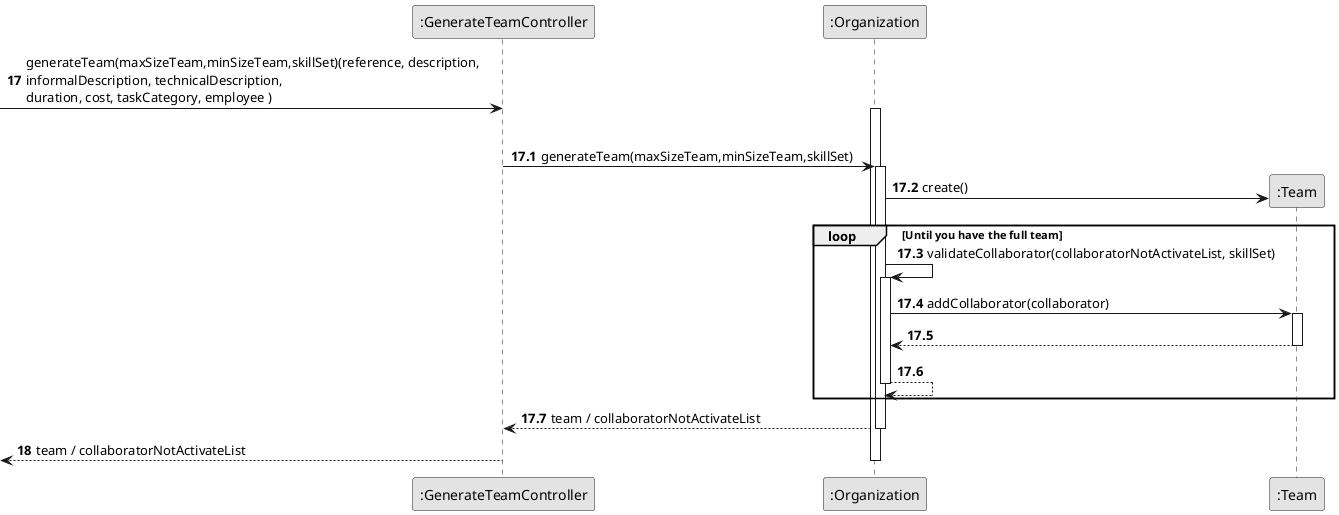
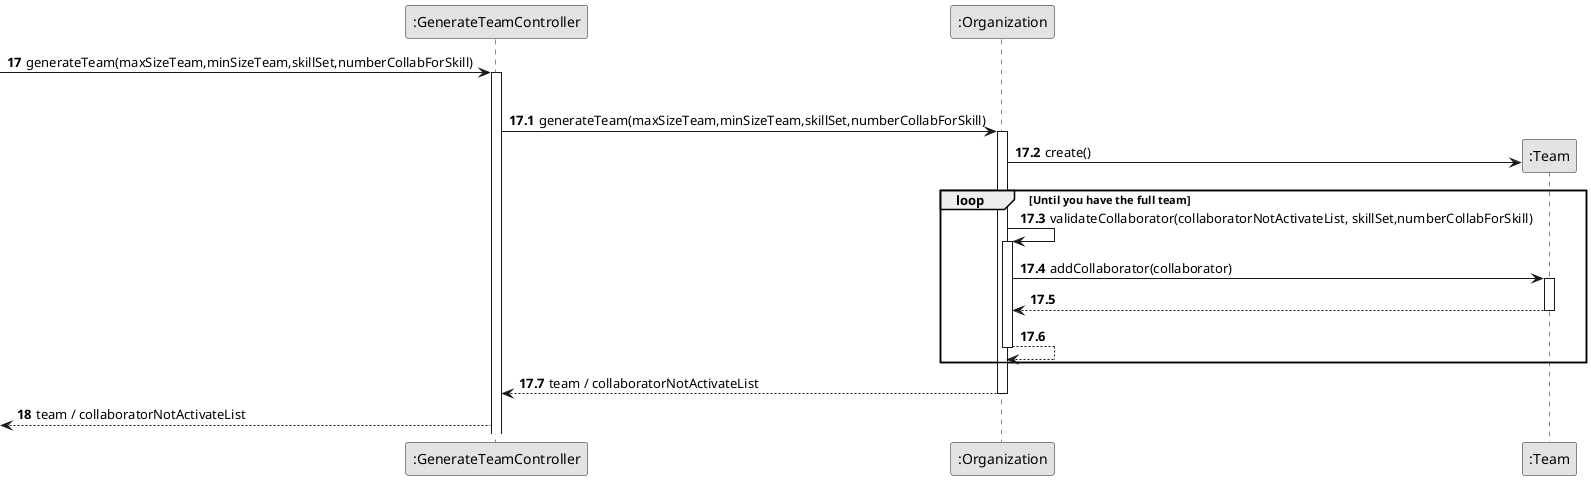
@startuml
skinparam monochrome true
skinparam packageStyle rectangle
skinparam shadowing false

participant ":GenerateTeamController" as CTRL
participant ":Organization" as ORG
participant ":Team" as Team
autonumber 17

- -> CTRL: generateTeam(maxSizeTeam,minSizeTeam,skillSet)(reference, description,\ninformalDescription, technicalDescription,\nduration, cost, taskCategory, employee )
+ -> CTRL: generateTeam(maxSizeTeam,minSizeTeam,skillSet,numberCollabForSkill)

autonumber 17.1
- activate ORG
+ activate CTRL
    group Generate Team



-                    CTRL -> ORG:generateTeam(maxSizeTeam,minSizeTeam,skillSet)
+                    CTRL -> ORG:generateTeam(maxSizeTeam,minSizeTeam,skillSet,numberCollabForSkill)
                   activate ORG

                       ORG -> Team**: create()

                       loop Until you have the full team

-                        ORG -> ORG: validateCollaborator(collaboratorNotActivateList, skillSet)
+                        ORG -> ORG: validateCollaborator(collaboratorNotActivateList, skillSet,numberCollabForSkill)
                       activate ORG

                           ORG -> Team: addCollaborator(collaborator)
                           activate Team

                               Team --> ORG
                           deactivate Team

                           ORG --> ORG
                       deactivate ORG

                       end

                       ORG --> CTRL : team / collaboratorNotActivateList

                   deactivate ORG

    autonumber 18
    <-- CTRL : team / collaboratorNotActivateList
deactivate ORG


@enduml